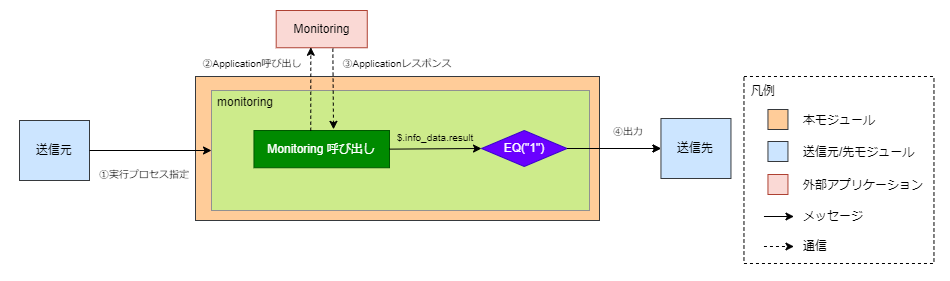
This is docs/img/usecase2_diagram.drawio.png from Project-GAUDI/ApplicationController, a draw.io export, as it was before one commit. Source tidied: cells renumbered, new cells last; positions are measured from the earlier drawing's top-left corner, leaving out a move shared by most shapes.
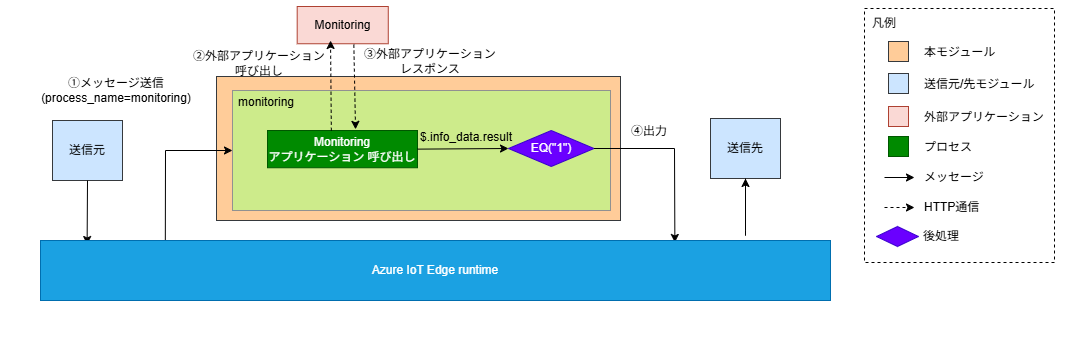
The same file after the commit.

Diff of the diagram source:
```diff
@@ -3,108 +3,139 @@
     <mxCell id="0" />
     <mxCell id="1" parent="0" />
     <mxCell id="2" value="&lt;p style=&quot;line-height: 200%&quot;&gt;&lt;/p&gt;&lt;div style=&quot;text-align: left&quot;&gt;zｚｚ&lt;/div&gt;&lt;p&gt;&lt;/p&gt;" style="rounded=0;whiteSpace=wrap;html=1;fillColor=#FFFFFF;strokeColor=none;" parent="1" vertex="1">
-      <mxGeometry width="949" height="280" as="geometry" />
+      <mxGeometry x="-21" width="1090" height="340" as="geometry" />
     </mxCell>
     <mxCell id="3" style="rounded=0;whiteSpace=wrap;html=1;fillColor=#ffcc99;strokeColor=#36393d;imageAspect=1;" parent="1" vertex="1">
       <mxGeometry x="195" y="76" width="404" height="144" as="geometry" />
     </mxCell>
-    <mxCell id="4" value="&lt;font color=&quot;#000000&quot; style=&quot;line-height: 250%&quot;&gt;&lt;br&gt;&lt;/font&gt;" style="rounded=0;whiteSpace=wrap;dashed=1;strokeColor=#000000;spacing=0;spacingTop=35;labelBackgroundColor=none;align=left;html=1;fillColor=none;spacingLeft=60;" parent="1" vertex="1">
-      <mxGeometry x="743.5" y="76" width="190" height="187" as="geometry" />
-    </mxCell>
-    <mxCell id="5" value="&lt;font color=&quot;#000000&quot;&gt;&lt;span style=&quot;line-height: 210%&quot;&gt;凡例&lt;/span&gt;&lt;/font&gt;&lt;font color=&quot;#000000&quot;&gt;&lt;br&gt;&lt;/font&gt;" style="rounded=0;whiteSpace=wrap;dashed=1;spacing=0;spacingTop=0;labelBackgroundColor=none;align=left;html=1;fillColor=none;strokeColor=none;" parent="1" vertex="1">
-      <mxGeometry x="751.5" y="79" width="32" height="24" as="geometry" />
-    </mxCell>
-    <mxCell id="6" style="rounded=0;whiteSpace=wrap;html=1;fillColor=#ffcc99;strokeColor=#36393d;" parent="1" vertex="1">
-      <mxGeometry x="767.5" y="109" width="20" height="20" as="geometry" />
-    </mxCell>
-    <mxCell id="7" style="rounded=0;orthogonalLoop=1;jettySize=auto;html=1;strokeColor=#000000;" parent="1" edge="1">
-      <mxGeometry relative="1" as="geometry">
-        <mxPoint x="763.5" y="216" as="sourcePoint" />
-        <mxPoint x="793.5" y="216" as="targetPoint" />
-      </mxGeometry>
-    </mxCell>
-    <mxCell id="8" value="&lt;font style=&quot;font-size: 10px&quot;&gt;①実行プロセス指定&lt;br&gt;&lt;/font&gt;" style="text;html=1;strokeColor=none;fillColor=none;align=center;verticalAlign=middle;whiteSpace=wrap;rounded=0;fontColor=#000000;" parent="1" vertex="1">
-      <mxGeometry x="97" y="160" width="93.8" height="27" as="geometry" />
+    <mxCell id="8" value="&lt;font style=&quot;&quot;&gt;&lt;font&gt;①メッセージ送信&lt;br&gt;&lt;/font&gt;(process_name=monitoring)&lt;/font&gt;" style="text;html=1;strokeColor=none;fillColor=none;align=center;verticalAlign=middle;whiteSpace=wrap;rounded=0;fontColor=#000000;" parent="1" vertex="1">
+      <mxGeometry x="39" y="76" width="111.8" height="27" as="geometry" />
     </mxCell>
-    <mxCell id="9" value="&lt;font style=&quot;font-size: 10px&quot;&gt;②Application呼び出し&lt;/font&gt;" style="text;html=1;strokeColor=none;fillColor=none;align=center;verticalAlign=middle;whiteSpace=wrap;rounded=0;fontColor=#000000;" parent="1" vertex="1">
-      <mxGeometry x="199" y="49" width="105.7" height="27" as="geometry" />
+    <mxCell id="9" value="&lt;font&gt;②外部アプリケーション&lt;/font&gt;&lt;div&gt;&lt;font&gt;呼び出し&lt;/font&gt;&lt;/div&gt;" style="text;html=1;strokeColor=none;fillColor=none;align=center;verticalAlign=middle;whiteSpace=wrap;rounded=0;fontColor=#000000;" parent="1" vertex="1">
+      <mxGeometry x="160" y="49" width="155.7" height="27" as="geometry" />
     </mxCell>
-    <mxCell id="10" value="&lt;font style=&quot;font-size: 10px&quot;&gt;③Applicationレスポンス&lt;/font&gt;" style="text;html=1;strokeColor=none;fillColor=none;align=center;verticalAlign=middle;whiteSpace=wrap;rounded=0;fontColor=#000000;" parent="1" vertex="1">
-      <mxGeometry x="337" y="49" width="120" height="27" as="geometry" />
+    <mxCell id="10" value="&lt;font&gt;③外部アプリケーションレスポンス&lt;/font&gt;" style="text;html=1;strokeColor=none;fillColor=none;align=center;verticalAlign=middle;whiteSpace=wrap;rounded=0;fontColor=#000000;" parent="1" vertex="1">
+      <mxGeometry x="338" y="47" width="142" height="27" as="geometry" />
     </mxCell>
-    <mxCell id="11" value="&lt;font style=&quot;font-size: 10px&quot;&gt;④出力&lt;/font&gt;" style="text;html=1;strokeColor=none;fillColor=none;align=center;verticalAlign=middle;whiteSpace=wrap;rounded=0;fontColor=#000000;" parent="1" vertex="1">
+    <mxCell id="11" value="&lt;font&gt;④出力&lt;/font&gt;" style="text;html=1;strokeColor=none;fillColor=none;align=center;verticalAlign=middle;whiteSpace=wrap;rounded=0;fontColor=#000000;" parent="1" vertex="1">
       <mxGeometry x="603.5" y="117" width="50" height="27" as="geometry" />
     </mxCell>
     <mxCell id="12" value="送信元" style="rounded=0;whiteSpace=wrap;html=1;fillColor=#cce5ff;strokeColor=#36393d;fontColor=#000000;" parent="1" vertex="1">
-      <mxGeometry x="19" y="120" width="70" height="60" as="geometry" />
+      <mxGeometry x="31" y="120" width="70" height="60" as="geometry" />
     </mxCell>
     <mxCell id="13" value="送信先" style="rounded=0;whiteSpace=wrap;html=1;fillColor=#cce5ff;strokeColor=#36393d;fontColor=#000000;" parent="1" vertex="1">
-      <mxGeometry x="660.5" y="118" width="70" height="60" as="geometry" />
+      <mxGeometry x="689" y="118" width="70" height="60" as="geometry" />
     </mxCell>
     <mxCell id="14" style="rounded=0;whiteSpace=wrap;html=1;labelBackgroundColor=none;labelBorderColor=#919191;fontSize=9;fillColor=#cdeb8b;strokeColor=#919191;" parent="1" vertex="1">
       <mxGeometry x="211" y="90" width="378" height="120" as="geometry" />
     </mxCell>
     <mxCell id="15" value="&lt;font color=&quot;#000000&quot;&gt;Monitoring&lt;/font&gt;" style="rounded=0;whiteSpace=wrap;html=1;fontSize=12;fillColor=#fad9d5;strokeColor=#ae4132;" parent="1" vertex="1">
-      <mxGeometry x="275.7" y="10" width="91.1" height="37.2" as="geometry" />
+      <mxGeometry x="275.7" y="6" width="91.1" height="37.2" as="geometry" />
     </mxCell>
     <mxCell id="16" value="monitoring" style="text;html=1;strokeColor=none;fillColor=none;align=left;verticalAlign=middle;whiteSpace=wrap;rounded=0;fontColor=#000000;" parent="1" vertex="1">
       <mxGeometry x="215" y="88" width="93.8" height="27" as="geometry" />
     </mxCell>
-    <mxCell id="17" value="&lt;font color=&quot;#000000&quot;&gt;&lt;span style=&quot;line-height: 210%&quot;&gt;本モジュール&lt;/span&gt;&lt;/font&gt;&lt;font color=&quot;#000000&quot;&gt;&lt;br&gt;&lt;/font&gt;" style="rounded=0;whiteSpace=wrap;dashed=1;spacing=0;spacingTop=0;labelBackgroundColor=none;align=left;html=1;fillColor=none;strokeColor=none;" parent="1" vertex="1">
-      <mxGeometry x="803.5" y="108" width="120" height="24" as="geometry" />
-    </mxCell>
-    <mxCell id="18" value="&lt;font color=&quot;#000000&quot;&gt;&lt;span style=&quot;line-height: 210%&quot;&gt;メッセージ&lt;/span&gt;&lt;/font&gt;&lt;font color=&quot;#000000&quot;&gt;&lt;br&gt;&lt;/font&gt;" style="rounded=0;whiteSpace=wrap;dashed=1;spacing=0;spacingTop=0;labelBackgroundColor=none;align=left;html=1;fillColor=none;strokeColor=none;" parent="1" vertex="1">
-      <mxGeometry x="803.5" y="204" width="120" height="24" as="geometry" />
-    </mxCell>
-    <mxCell id="19" style="rounded=0;orthogonalLoop=1;jettySize=auto;html=1;strokeColor=#000000;dashed=1;" parent="1" edge="1">
-      <mxGeometry relative="1" as="geometry">
-        <mxPoint x="763.5" y="246" as="sourcePoint" />
-        <mxPoint x="793.5" y="246" as="targetPoint" />
-      </mxGeometry>
-    </mxCell>
-    <mxCell id="20" value="&lt;font color=&quot;#000000&quot;&gt;通信&lt;br&gt;&lt;/font&gt;" style="rounded=0;whiteSpace=wrap;dashed=1;spacing=0;spacingTop=0;labelBackgroundColor=none;align=left;html=1;fillColor=none;strokeColor=none;" parent="1" vertex="1">
-      <mxGeometry x="803.5" y="234" width="120" height="24" as="geometry" />
-    </mxCell>
-    <mxCell id="21" value="&lt;font color=&quot;#000000&quot;&gt;送信元/先モジュール&lt;br&gt;&lt;/font&gt;" style="rounded=0;whiteSpace=wrap;dashed=1;spacing=0;spacingTop=0;labelBackgroundColor=none;align=left;html=1;fillColor=none;strokeColor=none;" parent="1" vertex="1">
-      <mxGeometry x="803.5" y="140" width="120" height="24" as="geometry" />
-    </mxCell>
-    <mxCell id="22" style="rounded=0;whiteSpace=wrap;html=1;fillColor=#cce5ff;strokeColor=#36393d;fontColor=#000000;" parent="1" vertex="1">
-      <mxGeometry x="767.5" y="141" width="20" height="20" as="geometry" />
-    </mxCell>
-    <mxCell id="23" style="rounded=0;whiteSpace=wrap;html=1;fillColor=#fad9d5;strokeColor=#ae4132;fontColor=default;" parent="1" vertex="1">
-      <mxGeometry x="767.5" y="174" width="20" height="20" as="geometry" />
-    </mxCell>
-    <mxCell id="24" value="&lt;font color=&quot;#000000&quot;&gt;外部アプリケーション&lt;br&gt;&lt;/font&gt;" style="rounded=0;whiteSpace=wrap;dashed=1;spacing=0;spacingTop=0;labelBackgroundColor=none;align=left;html=1;fillColor=none;strokeColor=none;" parent="1" vertex="1">
-      <mxGeometry x="803.5" y="173" width="120" height="24" as="geometry" />
-    </mxCell>
-    <mxCell id="25" value="&lt;font&gt;Monitoring 呼び出し&lt;br&gt;&lt;/font&gt;" style="rounded=0;whiteSpace=wrap;html=1;fontSize=12;fillColor=#008a00;strokeColor=#005700;fontColor=#FFFFFF;" parent="1" vertex="1">
-      <mxGeometry x="253.5" y="130" width="135.5" height="37.2" as="geometry" />
+    <mxCell id="25" value="&lt;font&gt;&lt;font style=&quot;color: rgb(255, 255, 255);&quot;&gt;Monitoring&lt;/font&gt;&lt;/font&gt;&lt;div&gt;&lt;font&gt;&lt;font style=&quot;color: rgb(255, 255, 255);&quot;&gt;アプリケーション 呼び出し&lt;/font&gt;&lt;br&gt;&lt;/font&gt;&lt;/div&gt;" style="rounded=0;whiteSpace=wrap;html=1;fontSize=12;fillColor=#008a00;strokeColor=#005700;fontColor=#FFFFFF;" parent="1" vertex="1">
+      <mxGeometry x="246" y="130" width="150" height="37.2" as="geometry" />
     </mxCell>
-    <mxCell id="26" style="edgeStyle=none;html=1;" parent="1" edge="1" source="27" target="13">
-      <mxGeometry relative="1" as="geometry" />
-    </mxCell>
     <mxCell id="27" value="EQ(&quot;1&quot;)" style="rhombus;whiteSpace=wrap;html=1;fontSize=12;fontColor=#ffffff;fillColor=#6a00ff;strokeColor=#3700CC;" parent="1" vertex="1">
-      <mxGeometry x="481" y="130" width="85.5" height="36" as="geometry" />
+      <mxGeometry x="487" y="130" width="85.5" height="36" as="geometry" />
     </mxCell>
     <mxCell id="28" style="edgeStyle=none;html=1;exitX=1;exitY=0.5;exitDx=0;exitDy=0;fontColor=#000000;strokeColor=#000000;entryX=0;entryY=0.5;entryDx=0;entryDy=0;rounded=0;" parent="1" edge="1" source="25" target="27">
       <mxGeometry relative="1" as="geometry" />
     </mxCell>
-    <mxCell id="29" style="edgeStyle=none;html=1;exitX=1;exitY=0.5;exitDx=0;exitDy=0;fontColor=#000000;strokeColor=#000000;entryX=0;entryY=0.5;entryDx=0;entryDy=0;rounded=0;" parent="1" edge="1" source="12" target="14">
-      <mxGeometry relative="1" as="geometry" />
+    <mxCell id="29" style="edgeStyle=none;html=1;exitX=0.158;exitY=0.033;exitDx=0;exitDy=0;fontColor=#000000;strokeColor=#000000;entryX=0;entryY=0.5;entryDx=0;entryDy=0;rounded=0;exitPerimeter=0;" parent="1" edge="1" source="47" target="14">
+      <mxGeometry relative="1" as="geometry">
+        <Array as="points">
+          <mxPoint x="144" y="150" />
+        </Array>
+      </mxGeometry>
     </mxCell>
-    <mxCell id="30" style="edgeStyle=none;html=1;exitX=0.419;exitY=0.006;exitDx=0;exitDy=0;fontColor=#000000;strokeColor=#000000;entryX=0.38;entryY=0.987;entryDx=0;entryDy=0;rounded=0;entryPerimeter=0;exitPerimeter=0;dashed=1;" parent="1" edge="1" source="25" target="15">
-      <mxGeometry relative="1" as="geometry" />
+    <mxCell id="30" style="edgeStyle=none;html=1;exitX=0.419;exitY=0.006;exitDx=0;exitDy=0;fontColor=#000000;strokeColor=#000000;rounded=0;exitPerimeter=0;dashed=1;entryX=0.366;entryY=0.913;entryDx=0;entryDy=0;entryPerimeter=0;" parent="1" edge="1" target="15">
+      <mxGeometry relative="1" as="geometry">
+        <mxPoint x="309.8" y="130.2" as="sourcePoint" />
+      </mxGeometry>
     </mxCell>
     <mxCell id="31" style="edgeStyle=none;html=1;exitX=0.622;exitY=1.024;exitDx=0;exitDy=0;fontColor=#000000;strokeColor=#000000;entryX=0.587;entryY=-0.031;entryDx=0;entryDy=0;rounded=0;entryPerimeter=0;exitPerimeter=0;dashed=1;" parent="1" edge="1" source="15" target="25">
       <mxGeometry relative="1" as="geometry" />
     </mxCell>
-    <mxCell id="32" style="edgeStyle=none;html=1;fontColor=#000000;strokeColor=#000000;entryX=0;entryY=0.5;entryDx=0;entryDy=0;rounded=0;exitX=1;exitY=0.5;exitDx=0;exitDy=0;" parent="1" edge="1" source="27">
+    <mxCell id="32" style="edgeStyle=none;html=1;fontColor=#000000;strokeColor=#000000;entryX=0.803;entryY=0.033;entryDx=0;entryDy=0;rounded=0;exitX=1;exitY=0.5;exitDx=0;exitDy=0;entryPerimeter=0;" parent="1" edge="1" source="27" target="47">
       <mxGeometry relative="1" as="geometry">
-        <mxPoint x="660.5" y="148" as="targetPoint" />
+        <Array as="points">
+          <mxPoint x="653" y="148" />
+        </Array>
       </mxGeometry>
     </mxCell>
-    <mxCell id="33" value="&lt;font style=&quot;font-size: 10px&quot;&gt;$.info_data.result&lt;/font&gt;" style="text;html=1;strokeColor=none;fillColor=none;align=center;verticalAlign=middle;whiteSpace=wrap;rounded=0;fontColor=#000000;" parent="1" vertex="1">
-      <mxGeometry x="389" y="126" width="92" height="22" as="geometry" />
+    <mxCell id="33" value="&lt;font&gt;$.info_data.result&lt;/font&gt;" style="text;html=1;strokeColor=none;fillColor=none;align=center;verticalAlign=middle;whiteSpace=wrap;rounded=0;fontColor=#000000;" parent="1" vertex="1">
+      <mxGeometry x="399" y="126" width="92" height="22" as="geometry" />
     </mxCell>
+    <mxCell id="34" value="&lt;font color=&quot;#000000&quot; style=&quot;line-height: 250%&quot;&gt;&lt;br&gt;&lt;/font&gt;" style="rounded=0;whiteSpace=wrap;dashed=1;strokeColor=#000000;spacing=0;spacingTop=35;labelBackgroundColor=none;align=left;html=1;fillColor=none;spacingLeft=60;" parent="1" vertex="1">
+      <mxGeometry x="843" y="8" width="190" height="254" as="geometry" />
+    </mxCell>
+    <mxCell id="5" value="&lt;font color=&quot;#000000&quot;&gt;&lt;span style=&quot;line-height: 210%&quot;&gt;凡例&lt;/span&gt;&lt;/font&gt;&lt;font color=&quot;#000000&quot;&gt;&lt;br&gt;&lt;/font&gt;" style="rounded=0;whiteSpace=wrap;dashed=1;spacing=0;spacingTop=0;labelBackgroundColor=none;align=left;html=1;fillColor=none;strokeColor=none;" parent="1" vertex="1">
+      <mxGeometry x="851" y="11" width="32" height="24" as="geometry" />
+    </mxCell>
+    <mxCell id="35" style="rounded=0;whiteSpace=wrap;html=1;fillColor=#ffcc99;strokeColor=#36393d;" parent="1" vertex="1">
+      <mxGeometry x="867" y="41" width="20" height="20" as="geometry" />
+    </mxCell>
+    <mxCell id="36" style="rounded=0;orthogonalLoop=1;jettySize=auto;html=1;strokeColor=#000000;" parent="1" edge="1">
+      <mxGeometry relative="1" as="geometry">
+        <mxPoint x="863" y="177" as="sourcePoint" />
+        <mxPoint x="893" y="177" as="targetPoint" />
+      </mxGeometry>
+    </mxCell>
+    <mxCell id="17" value="&lt;font color=&quot;#000000&quot;&gt;&lt;span style=&quot;line-height: 210%&quot;&gt;本モジュール&lt;/span&gt;&lt;/font&gt;&lt;font color=&quot;#000000&quot;&gt;&lt;br&gt;&lt;/font&gt;" style="rounded=0;whiteSpace=wrap;dashed=1;spacing=0;spacingTop=0;labelBackgroundColor=none;align=left;html=1;fillColor=none;strokeColor=none;" parent="1" vertex="1">
+      <mxGeometry x="903" y="40" width="120" height="24" as="geometry" />
+    </mxCell>
+    <mxCell id="18" value="&lt;font color=&quot;#000000&quot;&gt;&lt;span style=&quot;line-height: 210%&quot;&gt;メッセージ&lt;/span&gt;&lt;/font&gt;&lt;font color=&quot;#000000&quot;&gt;&lt;br&gt;&lt;/font&gt;" style="rounded=0;whiteSpace=wrap;dashed=1;spacing=0;spacingTop=0;labelBackgroundColor=none;align=left;html=1;fillColor=none;strokeColor=none;" parent="1" vertex="1">
+      <mxGeometry x="903" y="165" width="120" height="24" as="geometry" />
+    </mxCell>
+    <mxCell id="37" style="rounded=0;orthogonalLoop=1;jettySize=auto;html=1;strokeColor=#000000;dashed=1;" parent="1" edge="1">
+      <mxGeometry relative="1" as="geometry">
+        <mxPoint x="863" y="207" as="sourcePoint" />
+        <mxPoint x="893" y="207" as="targetPoint" />
+      </mxGeometry>
+    </mxCell>
+    <mxCell id="38" value="&lt;font color=&quot;#000000&quot;&gt;HTTP通信&lt;br&gt;&lt;/font&gt;" style="rounded=0;whiteSpace=wrap;dashed=1;spacing=0;spacingTop=0;labelBackgroundColor=none;align=left;html=1;fillColor=none;strokeColor=none;" parent="1" vertex="1">
+      <mxGeometry x="903" y="195" width="120" height="24" as="geometry" />
+    </mxCell>
+    <mxCell id="21" value="&lt;font color=&quot;#000000&quot;&gt;送信元/先モジュール&lt;br&gt;&lt;/font&gt;" style="rounded=0;whiteSpace=wrap;dashed=1;spacing=0;spacingTop=0;labelBackgroundColor=none;align=left;html=1;fillColor=none;strokeColor=none;" parent="1" vertex="1">
+      <mxGeometry x="903" y="72" width="120" height="24" as="geometry" />
+    </mxCell>
+    <mxCell id="39" style="rounded=0;whiteSpace=wrap;html=1;fillColor=#cce5ff;strokeColor=#36393d;fontColor=#000000;" parent="1" vertex="1">
+      <mxGeometry x="867" y="73" width="20" height="20" as="geometry" />
+    </mxCell>
+    <mxCell id="40" style="rounded=0;whiteSpace=wrap;html=1;fillColor=#fad9d5;strokeColor=#ae4132;fontColor=default;" parent="1" vertex="1">
+      <mxGeometry x="867" y="106" width="20" height="20" as="geometry" />
+    </mxCell>
+    <mxCell id="24" value="&lt;font color=&quot;#000000&quot;&gt;外部アプリケーション&lt;br&gt;&lt;/font&gt;" style="rounded=0;whiteSpace=wrap;dashed=1;spacing=0;spacingTop=0;labelBackgroundColor=none;align=left;html=1;fillColor=none;strokeColor=none;" parent="1" vertex="1">
+      <mxGeometry x="903" y="105" width="120" height="24" as="geometry" />
+    </mxCell>
+    <mxCell id="41" style="rounded=0;whiteSpace=wrap;html=1;fillColor=light-dark(#008a00, #1f2f1e);strokeColor=light-dark(#005700,#446E2C);" parent="1" vertex="1">
+      <mxGeometry x="867" y="136" width="20" height="20" as="geometry" />
+    </mxCell>
+    <mxCell id="42" value="&lt;font color=&quot;#000000&quot;&gt;プロセス&lt;/font&gt;" style="rounded=0;whiteSpace=wrap;dashed=1;spacing=0;spacingTop=0;labelBackgroundColor=none;align=left;html=1;fillColor=none;strokeColor=none;" parent="1" vertex="1">
+      <mxGeometry x="903" y="135" width="120" height="24" as="geometry" />
+    </mxCell>
+    <mxCell id="43" style="rhombus;whiteSpace=wrap;html=1;fontSize=12;fontColor=#ffffff;fillColor=#6a00ff;strokeColor=#3700CC;" parent="1" vertex="1">
+      <mxGeometry x="855" y="226" width="42" height="20" as="geometry" />
+    </mxCell>
+    <mxCell id="44" value="後処理" style="rounded=0;whiteSpace=wrap;dashed=1;spacing=0;spacingTop=0;labelBackgroundColor=none;align=left;html=1;fillColor=none;strokeColor=none;" parent="1" vertex="1">
+      <mxGeometry x="902" y="224" width="120" height="24" as="geometry" />
+    </mxCell>
+    <mxCell id="45" style="edgeStyle=none;html=1;exitX=0.5;exitY=1;exitDx=0;exitDy=0;" parent="1" edge="1" target="13">
+      <mxGeometry relative="1" as="geometry">
+        <mxPoint x="724" y="178" as="sourcePoint" />
+        <Array as="points">
+          <mxPoint x="724" y="240" />
+        </Array>
+      </mxGeometry>
+    </mxCell>
+    <mxCell id="46" style="edgeStyle=none;html=1;exitX=0.5;exitY=1;exitDx=0;exitDy=0;entryX=0.059;entryY=0.067;entryDx=0;entryDy=0;entryPerimeter=0;" parent="1" edge="1" source="12" target="47">
+      <mxGeometry relative="1" as="geometry" />
+    </mxCell>
+    <mxCell id="47" value="Azure IoT Edge runtime" style="rounded=0;whiteSpace=wrap;html=1;fillColor=#1ba1e2;strokeColor=#006EAF;fontColor=#ffffff;" parent="1" vertex="1">
+      <mxGeometry x="19" y="240" width="790" height="60" as="geometry" />
+    </mxCell>
   </root>
 </mxGraphModel>
```
